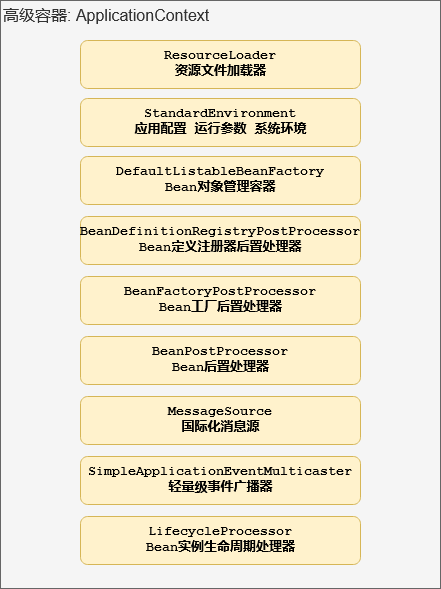
rutine/spring-doc keeps this draw.io diagram as spring-ioc/images/spring-ioc.png. Above is the earlier version. Source tidied: cells renumbered, new cells last; positions are measured from the earlier drawing's top-left corner, leaving out a move shared by most shapes.
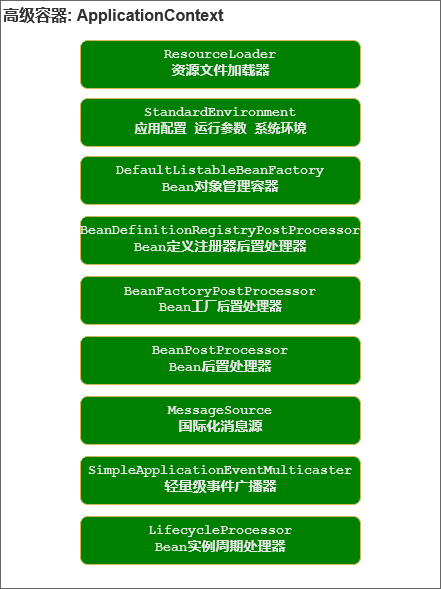
The same diagram one commit later.

Diff of the diagram source:
```diff
@@ -2,34 +2,34 @@
   <root>
     <mxCell id="0" />
     <mxCell id="1" parent="0" />
-    <mxCell id="2" value="高级容器: ApplicationContext" style="whiteSpace=wrap;html=1;glass=0;direction=south;align=left;verticalAlign=top;fontStyle=0;fontSize=16;fillColor=#f5f5f5;strokeColor=#666666;fontColor=#333333;" parent="1" vertex="1">
+    <mxCell id="2" value="&lt;b&gt;高级容器: ApplicationContext&lt;/b&gt;" style="whiteSpace=wrap;html=1;glass=0;direction=south;align=left;verticalAlign=top;fontStyle=0;fontSize=16;fillColor=#FFFFFF;strokeColor=#666666;fontColor=#333333;" parent="1" vertex="1">
       <mxGeometry width="440" height="588" as="geometry" />
     </mxCell>
-    <mxCell id="3" value="&lt;pre style=&quot;font-size: 13px;&quot;&gt;StandardEnvironment&lt;br style=&quot;font-size: 13px;&quot;&gt;&lt;span style=&quot;font-size: 13px;&quot;&gt;应用配置 运行参数 系统环境&lt;/span&gt;&lt;/pre&gt;" style="rounded=1;whiteSpace=wrap;html=1;shadow=0;fontSize=13;align=center;fontStyle=1;fillColor=#fff2cc;strokeColor=#d6b656;" parent="1" vertex="1">
+    <mxCell id="3" value="&lt;pre style=&quot;font-size: 13px&quot;&gt;&lt;font style=&quot;font-size: 14px&quot; color=&quot;#E6E6E6&quot;&gt;&lt;font style=&quot;font-size: 14px&quot;&gt;StandardEnvironment&lt;/font&gt;&lt;br style=&quot;font-size: 13px&quot;&gt;&lt;span style=&quot;font-size: 13px&quot;&gt;应用配置 运行参数 系统环境&lt;/span&gt;&lt;/font&gt;&lt;/pre&gt;" style="rounded=1;whiteSpace=wrap;html=1;shadow=0;fontSize=13;align=center;fontStyle=1;fillColor=#008000;strokeColor=#d6b656;fontColor=#FFFFFF;" parent="1" vertex="1">
       <mxGeometry x="80" y="98" width="280" height="48" as="geometry" />
     </mxCell>
-    <mxCell id="4" value="&lt;pre style=&quot;font-size: 13px;&quot;&gt;DefaultListableBeanFactory&lt;br style=&quot;font-size: 13px;&quot;&gt;Bean对象管理容器&lt;br style=&quot;font-size: 13px;&quot;&gt;&lt;/pre&gt;" style="rounded=1;whiteSpace=wrap;html=1;shadow=0;fontSize=13;align=center;fontStyle=1;fillColor=#fff2cc;strokeColor=#d6b656;" parent="1" vertex="1">
+    <mxCell id="4" value="&lt;pre style=&quot;font-size: 13px&quot;&gt;&lt;font style=&quot;font-size: 14px&quot; color=&quot;#E6E6E6&quot;&gt;&lt;font style=&quot;font-size: 14px&quot;&gt;DefaultListableBeanFactory&lt;/font&gt;&lt;br style=&quot;font-size: 13px&quot;&gt;Bean对象管理容器&lt;br style=&quot;font-size: 13px&quot;&gt;&lt;/font&gt;&lt;/pre&gt;" style="rounded=1;whiteSpace=wrap;html=1;shadow=0;fontSize=13;align=center;fontStyle=1;fillColor=#008000;strokeColor=#d6b656;fontColor=#FFFFFF;" parent="1" vertex="1">
       <mxGeometry x="80" y="156" width="280" height="48" as="geometry" />
     </mxCell>
-    <mxCell id="5" value="&lt;pre style=&quot;font-size: 13px;&quot;&gt;BeanDefinitionRegistryPostProcessor&lt;br style=&quot;font-size: 13px;&quot;&gt;Bean定义注册器后置处理器&lt;br style=&quot;font-size: 13px;&quot;&gt;&lt;/pre&gt;" style="rounded=1;whiteSpace=wrap;html=1;shadow=0;fontSize=13;align=center;fontStyle=1;fillColor=#fff2cc;strokeColor=#d6b656;" parent="1" vertex="1">
+    <mxCell id="5" value="&lt;pre style=&quot;font-size: 13px&quot;&gt;&lt;font style=&quot;font-size: 12px&quot; color=&quot;#E6E6E6&quot;&gt;&lt;font style=&quot;font-size: 14px&quot;&gt;BeanDefinitionRegistryPostProcessor&lt;/font&gt;&lt;br style=&quot;font-size: 13px&quot;&gt;&lt;font style=&quot;font-size: 14px&quot;&gt;Bean定义注册器后置处理器&lt;/font&gt;&lt;br style=&quot;font-size: 13px&quot;&gt;&lt;/font&gt;&lt;/pre&gt;" style="rounded=1;whiteSpace=wrap;html=1;shadow=0;fontSize=13;align=center;fontStyle=1;fillColor=#008000;strokeColor=#d6b656;fontColor=#FFFFFF;" parent="1" vertex="1">
       <mxGeometry x="80" y="216" width="280" height="48" as="geometry" />
     </mxCell>
-    <mxCell id="6" value="&lt;pre style=&quot;font-size: 13px&quot;&gt;BeanFactoryPostProcessor&lt;br style=&quot;font-size: 13px&quot;&gt;Bean工厂后置处理器&lt;br style=&quot;font-size: 13px&quot;&gt;&lt;/pre&gt;" style="rounded=1;whiteSpace=wrap;html=1;shadow=0;fontSize=13;align=center;fontStyle=1;fillColor=#fff2cc;strokeColor=#d6b656;" parent="1" vertex="1">
+    <mxCell id="6" value="&lt;pre style=&quot;font-size: 13px&quot;&gt;&lt;font color=&quot;#E6E6E6&quot;&gt;BeanFactoryPostProcessor&lt;br style=&quot;font-size: 13px&quot;&gt;Bean工厂后置处理器&lt;br style=&quot;font-size: 13px&quot;&gt;&lt;/font&gt;&lt;/pre&gt;" style="rounded=1;whiteSpace=wrap;html=1;shadow=0;fontSize=13;align=center;fontStyle=1;fillColor=#008000;strokeColor=#d6b656;fontColor=#FFFFFF;" parent="1" vertex="1">
       <mxGeometry x="80" y="276" width="280" height="48" as="geometry" />
     </mxCell>
-    <mxCell id="7" value="&lt;pre style=&quot;font-size: 13px;&quot;&gt;BeanPostProcessor&lt;br style=&quot;font-size: 13px;&quot;&gt;Bean后置处理器&lt;br style=&quot;font-size: 13px;&quot;&gt;&lt;/pre&gt;" style="rounded=1;whiteSpace=wrap;html=1;shadow=0;fontSize=13;align=center;fontStyle=1;fillColor=#fff2cc;strokeColor=#d6b656;" parent="1" vertex="1">
+    <mxCell id="7" value="&lt;pre style=&quot;font-size: 13px&quot;&gt;&lt;font style=&quot;font-size: 14px&quot; color=&quot;#E6E6E6&quot;&gt;BeanPostProcessor&lt;br style=&quot;font-size: 13px&quot;&gt;Bean后置处理器&lt;br style=&quot;font-size: 13px&quot;&gt;&lt;/font&gt;&lt;/pre&gt;" style="rounded=1;whiteSpace=wrap;html=1;shadow=0;fontSize=13;align=center;fontStyle=1;fillColor=#008000;strokeColor=#d6b656;fontColor=#FFFFFF;" parent="1" vertex="1">
       <mxGeometry x="80" y="336" width="280" height="48" as="geometry" />
     </mxCell>
-    <mxCell id="8" value="&lt;pre style=&quot;font-size: 13px;&quot;&gt;MessageSource&lt;br style=&quot;font-size: 13px;&quot;&gt;国际化消息源&lt;br style=&quot;font-size: 13px;&quot;&gt;&lt;/pre&gt;" style="rounded=1;whiteSpace=wrap;html=1;shadow=0;fontSize=13;align=center;fontStyle=1;fillColor=#fff2cc;strokeColor=#d6b656;" parent="1" vertex="1">
+    <mxCell id="8" value="&lt;pre style=&quot;font-size: 13px&quot;&gt;&lt;font style=&quot;font-size: 14px&quot; color=&quot;#E6E6E6&quot;&gt;MessageSource&lt;br style=&quot;font-size: 13px&quot;&gt;国际化消息源&lt;br style=&quot;font-size: 13px&quot;&gt;&lt;/font&gt;&lt;/pre&gt;" style="rounded=1;whiteSpace=wrap;html=1;shadow=0;fontSize=13;align=center;fontStyle=1;fillColor=#008000;strokeColor=#d6b656;fontColor=#FFFFFF;" parent="1" vertex="1">
       <mxGeometry x="80" y="396" width="280" height="48" as="geometry" />
     </mxCell>
-    <mxCell id="9" value="&lt;pre style=&quot;font-size: 13px;&quot;&gt;SimpleApplicationEventMulticaster&lt;br style=&quot;font-size: 13px;&quot;&gt;轻量级事件广播器&lt;br style=&quot;font-size: 13px;&quot;&gt;&lt;/pre&gt;" style="rounded=1;whiteSpace=wrap;html=1;shadow=0;fontSize=13;align=center;fontStyle=1;fillColor=#fff2cc;strokeColor=#d6b656;" parent="1" vertex="1">
+    <mxCell id="9" value="&lt;pre style=&quot;font-size: 13px&quot;&gt;&lt;font style=&quot;font-size: 14px&quot; color=&quot;#E6E6E6&quot;&gt;&lt;font style=&quot;font-size: 14px&quot;&gt;SimpleApplicationEventMulticaster&lt;/font&gt;&lt;br style=&quot;font-size: 13px&quot;&gt;轻量级事件广播器&lt;br style=&quot;font-size: 13px&quot;&gt;&lt;/font&gt;&lt;/pre&gt;" style="rounded=1;whiteSpace=wrap;html=1;shadow=0;fontSize=13;align=center;fontStyle=1;fillColor=#008000;strokeColor=#d6b656;fontColor=#FFFFFF;" parent="1" vertex="1">
       <mxGeometry x="80" y="456" width="280" height="48" as="geometry" />
     </mxCell>
-    <mxCell id="10" value="&lt;pre style=&quot;font-size: 13px&quot;&gt;LifecycleProcessor&lt;br style=&quot;font-size: 13px&quot;&gt;Bean实例生命周期处理器&lt;br style=&quot;font-size: 13px&quot;&gt;&lt;/pre&gt;" style="rounded=1;whiteSpace=wrap;html=1;shadow=0;fontSize=13;align=center;fontStyle=1;fillColor=#fff2cc;strokeColor=#d6b656;" parent="1" vertex="1">
+    <mxCell id="10" value="&lt;pre style=&quot;font-size: 13px&quot;&gt;&lt;font style=&quot;font-size: 14px&quot; color=&quot;#E6E6E6&quot;&gt;&lt;font style=&quot;font-size: 14px&quot;&gt;LifecycleProcessor&lt;/font&gt;&lt;br style=&quot;font-size: 13px&quot;&gt;Bean实例周期处理器&lt;br style=&quot;font-size: 13px&quot;&gt;&lt;/font&gt;&lt;/pre&gt;" style="rounded=1;whiteSpace=wrap;html=1;shadow=0;fontSize=13;align=center;fontStyle=1;fillColor=#008000;strokeColor=#d6b656;fontColor=#FFFFFF;" parent="1" vertex="1">
       <mxGeometry x="80" y="516" width="280" height="48" as="geometry" />
     </mxCell>
-    <mxCell id="11" value="&lt;pre style=&quot;font-size: 13px&quot;&gt;ResourceLoader&lt;br style=&quot;font-size: 13px&quot;&gt;资源文件加载器&lt;br&gt;&lt;/pre&gt;" style="rounded=1;whiteSpace=wrap;html=1;shadow=0;fontSize=13;align=center;fontStyle=1;fillColor=#fff2cc;strokeColor=#d6b656;" parent="1" vertex="1">
+    <mxCell id="11" value="&lt;pre style=&quot;font-size: 13px&quot;&gt;&lt;font style=&quot;font-size: 14px&quot; color=&quot;#E6E6E6&quot;&gt;&lt;font style=&quot;font-size: 14px&quot;&gt;ResourceLoader&lt;/font&gt;&lt;br style=&quot;font-size: 13px&quot;&gt;资源文件加载器&lt;br&gt;&lt;/font&gt;&lt;/pre&gt;" style="rounded=1;whiteSpace=wrap;html=1;shadow=0;fontSize=13;align=center;fontStyle=1;fillColor=#008000;strokeColor=#d6b656;fontColor=#FFFFFF;" parent="1" vertex="1">
       <mxGeometry x="80" y="40" width="280" height="48" as="geometry" />
     </mxCell>
   </root>
```
